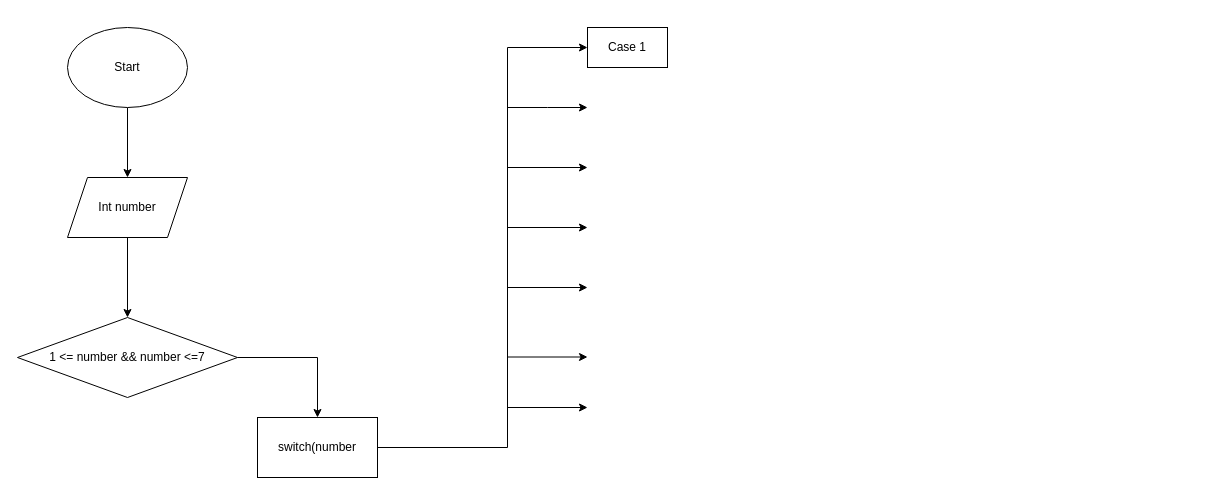
This is Diagrama1,6.drawio from Dakotaflores/Diagramasdeflujo, a draw.io file, before an edit. Source tidied: cells renumbered, new cells numbered last; positions are measured from the earlier drawing's top-left corner, leaving out a move shared by most shapes. Both pictures are drawn from the tidied source at 100%, with x=0, y=0 at pixel (17, 27).
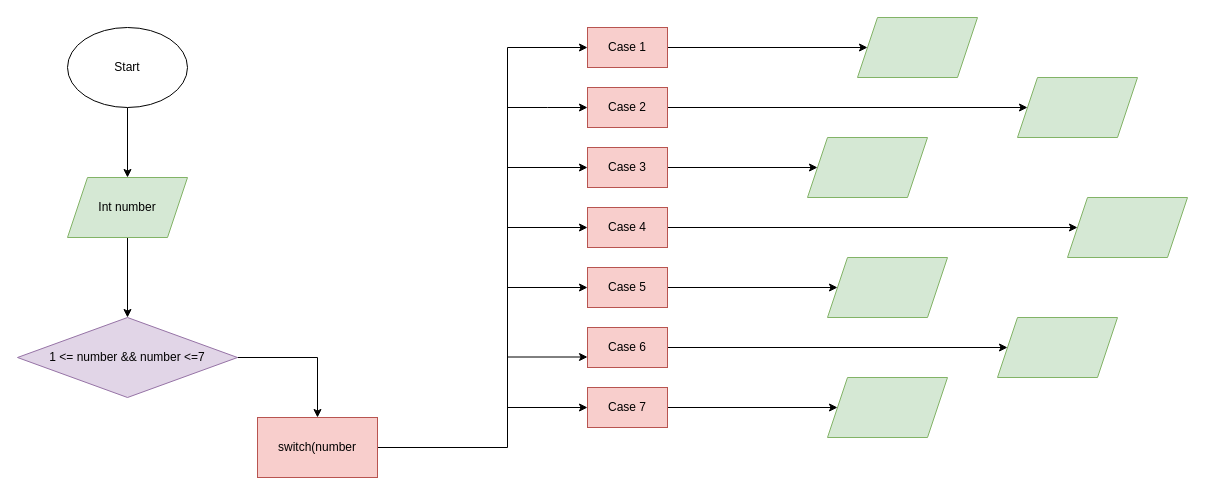
The same page after the edit.

The edit, as a diff of the source:
```diff
@@
-    <mxCell id="5" value="Int number" style="shape=parallelogram;perimeter=parallelogramPerimeter;whiteSpace=wrap;html=1;fixedSize=1;" parent="1" vertex="1">
+    <mxCell id="5" value="Int number" style="shape=parallelogram;perimeter=parallelogramPerimeter;whiteSpace=wrap;html=1;fixedSize=1;fillColor=#d5e8d4;strokeColor=#82b366;" parent="1" vertex="1">
       <mxGeometry x="50" y="150" width="120" height="60" as="geometry" />
     </mxCell>
@@
-    <mxCell id="7" value="1 &amp;lt;= number &amp;amp;&amp;amp; number &amp;lt;=7" style="rhombus;whiteSpace=wrap;html=1;" parent="1" vertex="1">
+    <mxCell id="7" value="1 &amp;lt;= number &amp;amp;&amp;amp; number &amp;lt;=7" style="rhombus;whiteSpace=wrap;html=1;fillColor=#e1d5e7;strokeColor=#9673a6;" parent="1" vertex="1">
       <mxGeometry y="290" width="220" height="80" as="geometry" />
     </mxCell>
@@
-    <mxCell id="9" value="switch(number" style="whiteSpace=wrap;html=1;" parent="1" vertex="1">
+    <mxCell id="9" value="switch(number" style="whiteSpace=wrap;html=1;fillColor=#f8cecc;strokeColor=#b85450;" parent="1" vertex="1">
       <mxGeometry x="240" y="390" width="120" height="60" as="geometry" />
     </mxCell>
@@
+    <mxCell id="17" style="edgeStyle=orthogonalEdgeStyle;rounded=0;jettySize=auto;html=1;" parent="1" edge="1" source="16" target="30">
+      <mxGeometry relative="1" as="geometry" />
+    </mxCell>
-    <mxCell id="16" value="Case 1" style="rounded=0;whiteSpace=wrap;html=1;" parent="1" vertex="1">
+    <mxCell id="16" value="Case 1" style="rounded=0;whiteSpace=wrap;html=1;fillColor=#f8cecc;strokeColor=#b85450;" parent="1" vertex="1">
       <mxGeometry x="570" width="80" height="40" as="geometry" />
     </mxCell>
+    <mxCell id="18" style="edgeStyle=orthogonalEdgeStyle;rounded=0;jettySize=auto;html=1;" parent="1" edge="1" source="19" target="31">
+      <mxGeometry relative="1" as="geometry" />
+    </mxCell>
+    <mxCell id="19" value="Case 2" style="rounded=0;whiteSpace=wrap;html=1;fillColor=#f8cecc;strokeColor=#b85450;" parent="1" vertex="1">
+      <mxGeometry x="570" y="60" width="80" height="40" as="geometry" />
+    </mxCell>
+    <mxCell id="20" style="edgeStyle=orthogonalEdgeStyle;rounded=0;jettySize=auto;html=1;" parent="1" edge="1" source="21" target="32">
+      <mxGeometry relative="1" as="geometry" />
+    </mxCell>
+    <mxCell id="21" value="Case 3" style="rounded=0;whiteSpace=wrap;html=1;fillColor=#f8cecc;strokeColor=#b85450;" parent="1" vertex="1">
+      <mxGeometry x="570" y="120" width="80" height="40" as="geometry" />
+    </mxCell>
+    <mxCell id="22" style="edgeStyle=orthogonalEdgeStyle;rounded=0;jettySize=auto;html=1;" parent="1" edge="1" source="23" target="33">
+      <mxGeometry relative="1" as="geometry" />
+    </mxCell>
+    <mxCell id="23" value="Case 4" style="rounded=0;whiteSpace=wrap;html=1;fillColor=#f8cecc;strokeColor=#b85450;" parent="1" vertex="1">
+      <mxGeometry x="570" y="180" width="80" height="40" as="geometry" />
+    </mxCell>
+    <mxCell id="24" style="edgeStyle=orthogonalEdgeStyle;rounded=0;jettySize=auto;html=1;" parent="1" edge="1" source="25" target="34">
+      <mxGeometry relative="1" as="geometry" />
+    </mxCell>
+    <mxCell id="25" value="Case 5" style="rounded=0;whiteSpace=wrap;html=1;fillColor=#f8cecc;strokeColor=#b85450;" parent="1" vertex="1">
+      <mxGeometry x="570" y="240" width="80" height="40" as="geometry" />
+    </mxCell>
+    <mxCell id="26" style="edgeStyle=orthogonalEdgeStyle;rounded=0;jettySize=auto;html=1;" parent="1" edge="1" source="27" target="36">
+      <mxGeometry relative="1" as="geometry" />
+    </mxCell>
+    <mxCell id="27" value="Case 7" style="rounded=0;whiteSpace=wrap;html=1;fillColor=#f8cecc;strokeColor=#b85450;" parent="1" vertex="1">
+      <mxGeometry x="570" y="360" width="80" height="40" as="geometry" />
+    </mxCell>
+    <mxCell id="28" style="edgeStyle=orthogonalEdgeStyle;rounded=0;jettySize=auto;html=1;" parent="1" edge="1" source="29" target="35">
+      <mxGeometry relative="1" as="geometry" />
+    </mxCell>
+    <mxCell id="29" value="Case 6" style="rounded=0;whiteSpace=wrap;html=1;fillColor=#f8cecc;strokeColor=#b85450;" parent="1" vertex="1">
+      <mxGeometry x="570" y="300" width="80" height="40" as="geometry" />
+    </mxCell>
+    <mxCell id="30" style="shape=parallelogram;perimeter=parallelogramPerimeter;whiteSpace=wrap;html=1;fixedSize=1;fillColor=#d5e8d4;strokeColor=#82b366;rounded=0;" parent="1" vertex="1">
+      <mxGeometry x="840" y="-10" width="120" height="60" as="geometry" />
+    </mxCell>
+    <mxCell id="31" style="shape=parallelogram;perimeter=parallelogramPerimeter;whiteSpace=wrap;html=1;fixedSize=1;fillColor=#d5e8d4;strokeColor=#82b366;rounded=0;" parent="1" vertex="1">
+      <mxGeometry x="1000" y="50" width="120" height="60" as="geometry" />
+    </mxCell>
+    <mxCell id="32" style="shape=parallelogram;perimeter=parallelogramPerimeter;whiteSpace=wrap;html=1;fixedSize=1;fillColor=#d5e8d4;strokeColor=#82b366;rounded=0;" parent="1" vertex="1">
+      <mxGeometry x="790" y="110" width="120" height="60" as="geometry" />
+    </mxCell>
+    <mxCell id="33" style="shape=parallelogram;perimeter=parallelogramPerimeter;whiteSpace=wrap;html=1;fixedSize=1;fillColor=#d5e8d4;strokeColor=#82b366;rounded=0;" parent="1" vertex="1">
+      <mxGeometry x="1050" y="170" width="120" height="60" as="geometry" />
+    </mxCell>
+    <mxCell id="34" style="shape=parallelogram;perimeter=parallelogramPerimeter;whiteSpace=wrap;html=1;fixedSize=1;fillColor=#d5e8d4;strokeColor=#82b366;rounded=0;" parent="1" vertex="1">
+      <mxGeometry x="810" y="230" width="120" height="60" as="geometry" />
+    </mxCell>
+    <mxCell id="35" style="shape=parallelogram;perimeter=parallelogramPerimeter;whiteSpace=wrap;html=1;fixedSize=1;fillColor=#d5e8d4;strokeColor=#82b366;rounded=0;" parent="1" vertex="1">
+      <mxGeometry x="980" y="290" width="120" height="60" as="geometry" />
+    </mxCell>
+    <mxCell id="36" style="shape=parallelogram;perimeter=parallelogramPerimeter;whiteSpace=wrap;html=1;fixedSize=1;fillColor=#d5e8d4;strokeColor=#82b366;rounded=0;" parent="1" vertex="1">
+      <mxGeometry x="810" y="350" width="120" height="60" as="geometry" />
+    </mxCell>
```
